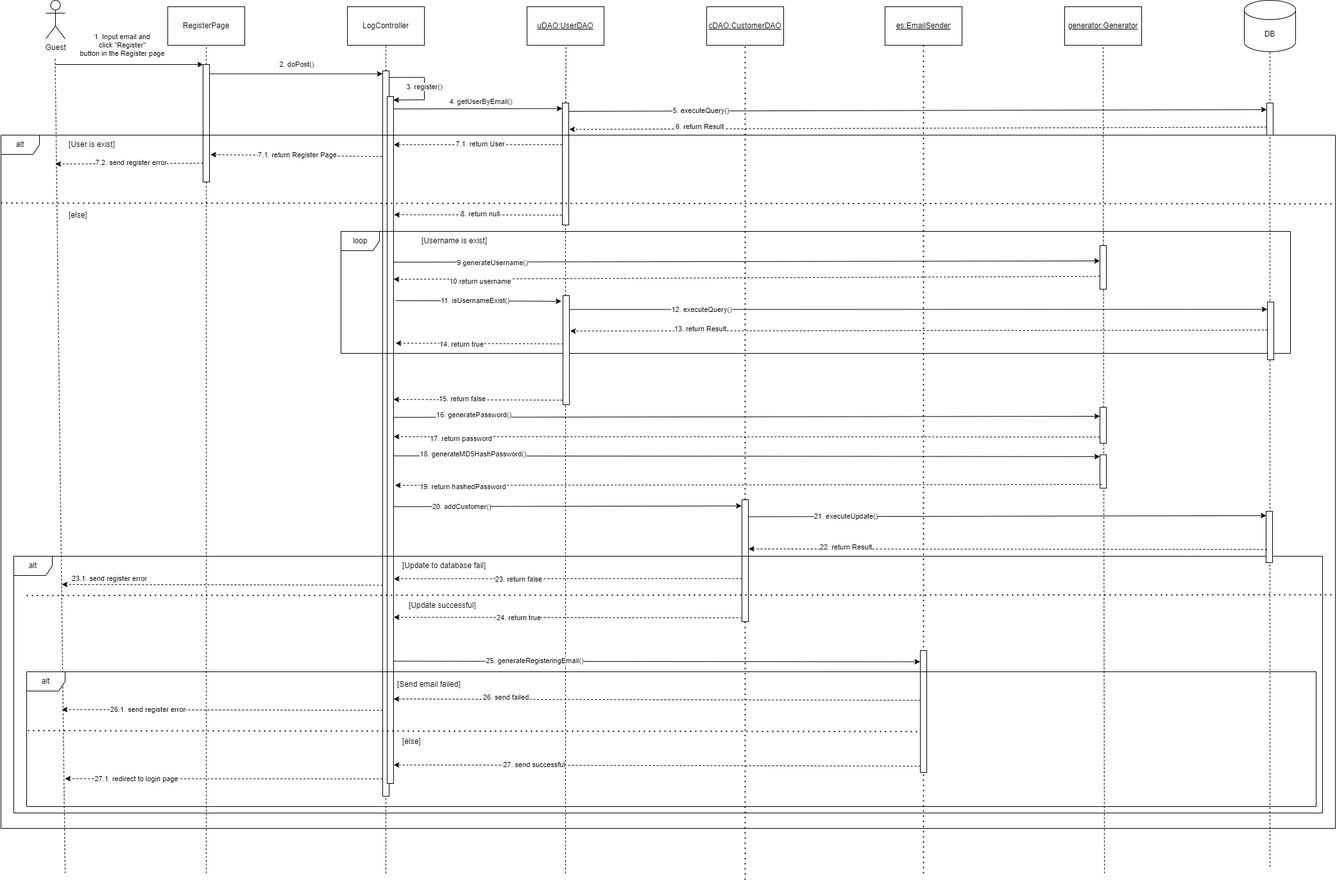
This is document/SDS/8.Function_Register/Sequence_Diagram/Register_Sequence_Diagram.drawio.png from QuocZuong/perfume-store, a draw.io export, as it was before one commit. Source tidied: cells renumbered, new cells last; positions are measured from the earlier drawing's top-left corner, leaving out a move shared by most shapes.
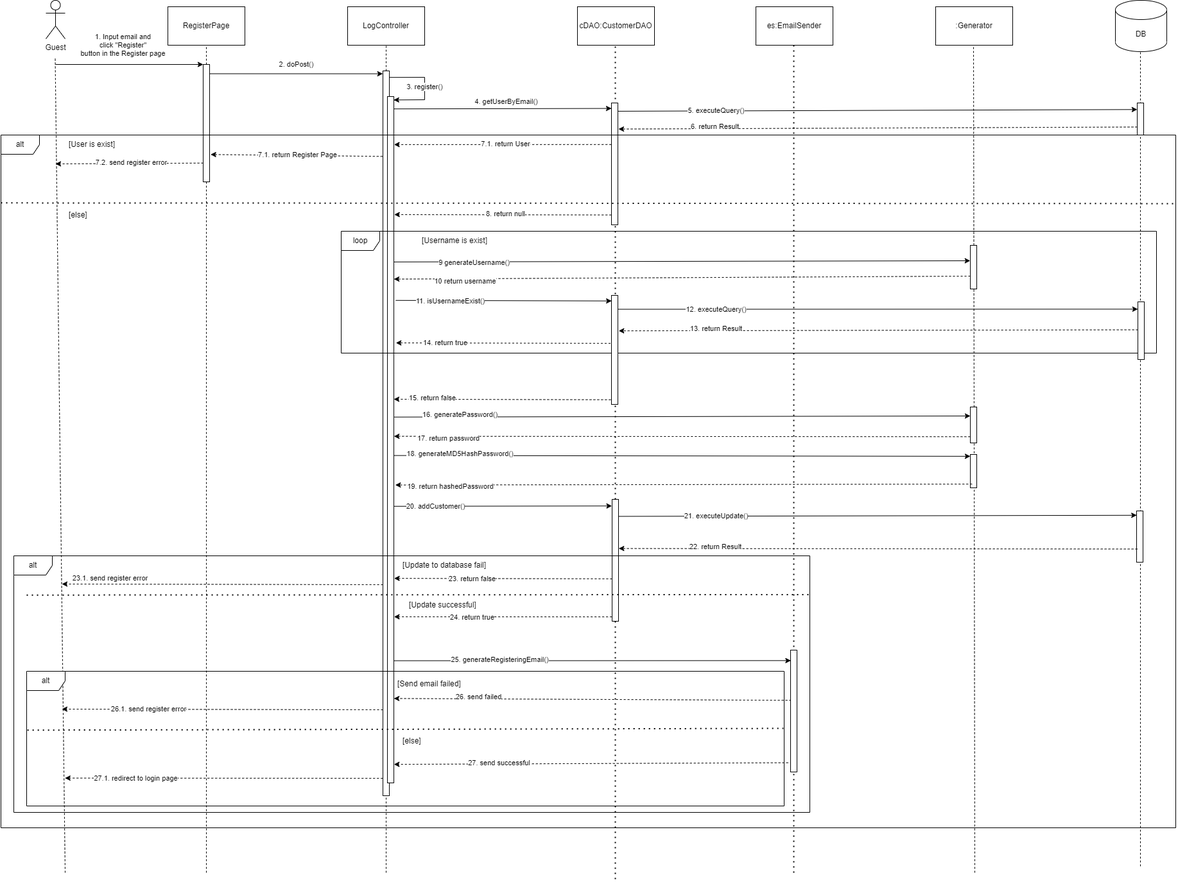
After the change.

Change to the diagram source:
```diff
@@ -4,5 +4,6 @@
     <mxCell id="1" parent="0" />
-    <mxCell id="2" style="endArrow=none;dashed=1;html=1;dashPattern=1 3;strokeWidth=2;rounded=0;entryX=0.5;entryY=1;entryDx=0;entryDy=0;" parent="1" edge="1" target="54">
+    <mxCell id="2" style="endArrow=none;dashed=1;html=1;dashPattern=1 3;strokeWidth=2;rounded=0;entryX=0.5;entryY=1;entryDx=0;entryDy=0;" parent="1" edge="1">
       <mxGeometry relative="1" as="geometry">
-        <mxPoint x="1160" y="1370" as="sourcePoint" />
+        <mxPoint x="957" y="1370" as="sourcePoint" />
+        <mxPoint x="957" y="70" as="targetPoint" />
       </mxGeometry>
@@ -24,7 +25,4 @@
     </mxCell>
-    <mxCell id="7" value="&lt;u&gt;uDAO:UserDAO&lt;/u&gt;" style="rounded=0;whiteSpace=wrap;html=1;" parent="1" vertex="1">
-      <mxGeometry x="820" y="10" width="120" height="60" as="geometry" />
-    </mxCell>
     <mxCell id="8" value="DB" style="shape=cylinder3;whiteSpace=wrap;html=1;boundedLbl=1;backgroundOutline=1;size=15;" parent="1" vertex="1">
-      <mxGeometry x="1938" width="80" height="80" as="geometry" />
+      <mxGeometry x="1736" width="80" height="80" as="geometry" />
     </mxCell>
@@ -36,8 +34,6 @@
     </mxCell>
-    <mxCell id="11" style="endArrow=none;dashed=1;html=1;rounded=0;entryX=0.506;entryY=1.054;entryDx=0;entryDy=0;entryPerimeter=0;" parent="1" edge="1" source="22" target="7">
-      <mxGeometry relative="1" as="geometry" />
-    </mxCell>
-    <mxCell id="12" style="endArrow=none;dashed=1;html=1;rounded=0;entryX=0.5;entryY=1;entryDx=0;entryDy=0;entryPerimeter=0;" parent="1" edge="1" target="8">
+    <mxCell id="12" style="endArrow=none;dashed=1;html=1;rounded=0;entryX=0.5;entryY=1;entryDx=0;entryDy=0;entryPerimeter=0;" parent="1" edge="1">
       <mxGeometry relative="1" as="geometry">
-        <mxPoint x="1978" y="1350" as="sourcePoint" />
+        <mxPoint x="1775" y="1350" as="sourcePoint" />
+        <mxPoint x="1775" y="80" as="targetPoint" />
       </mxGeometry>
@@ -79,9 +75,4 @@
     </mxCell>
-    <mxCell id="21" style="endArrow=none;dashed=1;html=1;rounded=0;entryX=0.5;entryY=1;entryDx=0;entryDy=0;" parent="1" edge="1" target="22">
-      <mxGeometry relative="1" as="geometry">
-        <mxPoint x="880" y="1360" as="sourcePoint" />
-      </mxGeometry>
-    </mxCell>
     <mxCell id="22" style="rounded=0;whiteSpace=wrap;html=1;" parent="1" vertex="1">
-      <mxGeometry x="875" y="160" width="10" height="190" as="geometry" />
+      <mxGeometry x="951" y="160" width="10" height="190" as="geometry" />
     </mxCell>
@@ -93,12 +84,10 @@
     </mxCell>
-    <mxCell id="25" value="6. return Result" style="endArrow=classic;html=1;rounded=0;dashed=1;exitX=0;exitY=0.75;exitDx=0;exitDy=0;" parent="1" edge="1" source="27">
-      <mxGeometry x="0.62" y="-3" relative="1" as="geometry">
-        <mxPoint x="885.9" y="201" as="targetPoint" />
-      </mxGeometry>
+    <mxCell id="25" value="6. return Result" style="endArrow=classic;html=1;rounded=0;dashed=1;exitX=0;exitY=0.75;exitDx=0;exitDy=0;entryX=1.1;entryY=0.214;entryDx=0;entryDy=0;entryPerimeter=0;" parent="1" edge="1" source="27" target="22">
+      <mxGeometry x="0.62" y="-3" relative="1" as="geometry" />
     </mxCell>
-    <mxCell id="26" value="&lt;u&gt;es:EmailSender&lt;/u&gt;" style="rounded=0;whiteSpace=wrap;html=1;" parent="1" vertex="1">
-      <mxGeometry x="1378" y="10" width="120" height="60" as="geometry" />
+    <mxCell id="26" value="es:EmailSender" style="rounded=0;whiteSpace=wrap;html=1;" parent="1" vertex="1">
+      <mxGeometry x="1176" y="10" width="120" height="60" as="geometry" />
     </mxCell>
     <mxCell id="27" style="rounded=0;whiteSpace=wrap;html=1;" parent="1" vertex="1">
-      <mxGeometry x="1973" y="160" width="10" height="50" as="geometry" />
+      <mxGeometry x="1770" y="160" width="10" height="50" as="geometry" />
     </mxCell>
@@ -118,8 +107,9 @@
     </mxCell>
-    <mxCell id="32" value="&lt;u&gt;generator:Generator&lt;/u&gt;" style="rounded=0;whiteSpace=wrap;html=1;" parent="1" vertex="1">
-      <mxGeometry x="1658" y="10" width="120" height="60" as="geometry" />
+    <mxCell id="32" value=":Generator" style="rounded=0;whiteSpace=wrap;html=1;" parent="1" vertex="1">
+      <mxGeometry x="1456" y="10" width="120" height="60" as="geometry" />
     </mxCell>
-    <mxCell id="33" style="endArrow=none;dashed=1;html=1;rounded=0;entryX=0.5;entryY=1;entryDx=0;entryDy=0;" parent="1" edge="1" target="32">
+    <mxCell id="33" style="endArrow=none;dashed=1;html=1;rounded=0;entryX=0.5;entryY=1;entryDx=0;entryDy=0;" parent="1" edge="1">
       <mxGeometry relative="1" as="geometry">
-        <mxPoint x="1720" y="1360" as="sourcePoint" />
+        <mxPoint x="1517" y="1360" as="sourcePoint" />
+        <mxPoint x="1515" y="70" as="targetPoint" />
       </mxGeometry>
@@ -127,7 +117,7 @@
     <mxCell id="34" style="rounded=0;whiteSpace=wrap;html=1;" parent="1" vertex="1">
-      <mxGeometry x="1713" y="382" width="10" height="68" as="geometry" />
+      <mxGeometry x="1510" y="382" width="10" height="68" as="geometry" />
     </mxCell>
-    <mxCell id="35" value="10 return username" style="endArrow=classic;html=1;rounded=0;dashed=1;exitX=-0.024;exitY=0.705;exitDx=0;exitDy=0;exitPerimeter=0;entryX=1.013;entryY=0.266;entryDx=0;entryDy=0;entryPerimeter=0;" parent="1" edge="1" target="19">
+    <mxCell id="35" value="10 return username" style="endArrow=classic;html=1;rounded=0;dashed=1;entryX=1.013;entryY=0.266;entryDx=0;entryDy=0;entryPerimeter=0;" parent="1" edge="1" target="19">
       <mxGeometry x="0.76" y="4" relative="1" as="geometry">
-        <mxPoint x="1712.8" y="429.9" as="sourcePoint" />
+        <mxPoint x="1510" y="430" as="sourcePoint" />
       </mxGeometry>
@@ -137,11 +127,9 @@
     </mxCell>
-    <mxCell id="37" value="11. isUsernameExist()" style="endArrow=classic;html=1;rounded=0;entryX=-0.145;entryY=0.052;entryDx=0;entryDy=0;entryPerimeter=0;exitX=1.091;exitY=0.297;exitDx=0;exitDy=0;exitPerimeter=0;" parent="1" edge="1">
-      <mxGeometry x="-0.04" relative="1" as="geometry">
+    <mxCell id="37" value="11. isUsernameExist()" style="endArrow=classic;html=1;rounded=0;entryX=0.02;entryY=0.051;entryDx=0;entryDy=0;entryPerimeter=0;exitX=1.091;exitY=0.297;exitDx=0;exitDy=0;exitPerimeter=0;" parent="1" edge="1" target="63">
+      <mxGeometry x="-0.5" y="-1" relative="1" as="geometry">
         <mxPoint x="614.9" y="467.8" as="sourcePoint" />
-        <mxPoint x="873.5" y="468.8" as="targetPoint" />
       </mxGeometry>
     </mxCell>
-    <mxCell id="38" value="14. return true" style="endArrow=classic;html=1;rounded=0;dashed=1;exitX=0.043;exitY=0.437;exitDx=0;exitDy=0;exitPerimeter=0;entryX=1.023;entryY=0.358;entryDx=0;entryDy=0;entryPerimeter=0;" parent="1" edge="1">
-      <mxGeometry x="0.21" y="1" relative="1" as="geometry">
-        <mxPoint x="876.4" y="535.3" as="sourcePoint" />
+    <mxCell id="38" value="14. return true" style="endArrow=classic;html=1;rounded=0;dashed=1;exitX=-0.152;exitY=0.44;exitDx=0;exitDy=0;exitPerimeter=0;entryX=1.023;entryY=0.358;entryDx=0;entryDy=0;entryPerimeter=0;" parent="1" edge="1" source="63">
+      <mxGeometry x="0.54" relative="1" as="geometry">
         <mxPoint x="615.2" y="534.1" as="targetPoint" />
@@ -149,12 +137,10 @@
     </mxCell>
-    <mxCell id="39" value="15. return false" style="endArrow=classic;html=1;rounded=0;dashed=1;exitX=-0.075;exitY=0.958;exitDx=0;exitDy=0;exitPerimeter=0;entryX=1.002;entryY=0.441;entryDx=0;entryDy=0;entryPerimeter=0;" parent="1" edge="1" target="19">
-      <mxGeometry x="0.19" y="-1" relative="1" as="geometry">
-        <mxPoint x="875.2" y="622.9" as="sourcePoint" />
-      </mxGeometry>
+    <mxCell id="39" value="15. return false" style="endArrow=classic;html=1;rounded=0;dashed=1;exitX=-0.109;exitY=0.957;exitDx=0;exitDy=0;exitPerimeter=0;entryX=1.002;entryY=0.441;entryDx=0;entryDy=0;entryPerimeter=0;" parent="1" edge="1" source="63" target="19">
+      <mxGeometry x="0.64" y="-2" relative="1" as="geometry" />
     </mxCell>
     <mxCell id="40" value="loop" style="shape=umlFrame;whiteSpace=wrap;html=1;" parent="1" vertex="1">
-      <mxGeometry x="530" y="360" width="1480" height="190" as="geometry" />
+      <mxGeometry x="530" y="360" width="1270" height="190" as="geometry" />
     </mxCell>
     <mxCell id="41" style="rounded=0;whiteSpace=wrap;html=1;" parent="1" vertex="1">
-      <mxGeometry x="1974" y="470" width="10" height="90" as="geometry" />
+      <mxGeometry x="1771" y="470" width="10" height="90" as="geometry" />
     </mxCell>
@@ -164,3 +150,3 @@
     <mxCell id="43" value="alt" style="shape=umlFrame;whiteSpace=wrap;html=1;" parent="1" vertex="1">
-      <mxGeometry y="210" width="2080" height="1080" as="geometry" />
+      <mxGeometry y="210" width="1830" height="1080" as="geometry" />
     </mxCell>
@@ -179,3 +165,3 @@
     <mxCell id="48" style="rounded=0;whiteSpace=wrap;html=1;" parent="1" vertex="1">
-      <mxGeometry x="1713" y="634" width="10" height="56" as="geometry" />
+      <mxGeometry x="1510" y="634" width="10" height="56" as="geometry" />
     </mxCell>
@@ -184,14 +170,10 @@
     </mxCell>
-    <mxCell id="50" value="25. generateRegisteringEmail()" style="endArrow=classic;html=1;rounded=0;entryX=-0.034;entryY=0.034;entryDx=0;entryDy=0;entryPerimeter=0;exitX=1.037;exitY=0.822;exitDx=0;exitDy=0;exitPerimeter=0;" parent="1" edge="1" source="19">
-      <mxGeometry x="-0.46" y="1" relative="1" as="geometry">
-        <mxPoint x="1432.7" y="1030.5" as="targetPoint" />
-      </mxGeometry>
+    <mxCell id="50" value="25. generateRegisteringEmail()" style="endArrow=classic;html=1;rounded=0;entryX=0.039;entryY=0.086;entryDx=0;entryDy=0;entryPerimeter=0;exitX=1.037;exitY=0.822;exitDx=0;exitDy=0;exitPerimeter=0;" parent="1" edge="1" source="19" target="60">
+      <mxGeometry x="-0.46" y="1" relative="1" as="geometry" />
     </mxCell>
-    <mxCell id="51" value="26. send failed" style="endArrow=classic;html=1;rounded=0;dashed=1;exitX=0;exitY=0.25;exitDx=0;exitDy=0;entryX=1.013;entryY=0.877;entryDx=0;entryDy=0;entryPerimeter=0;" parent="1" edge="1" target="19">
-      <mxGeometry x="0.57" y="-3" relative="1" as="geometry">
-        <mxPoint x="1433" y="1090.5" as="sourcePoint" />
-      </mxGeometry>
+    <mxCell id="51" value="26. send failed" style="endArrow=classic;html=1;rounded=0;dashed=1;exitX=0.109;exitY=0.412;exitDx=0;exitDy=0;entryX=1.013;entryY=0.877;entryDx=0;entryDy=0;entryPerimeter=0;exitPerimeter=0;" parent="1" edge="1" source="60" target="19">
+      <mxGeometry x="0.57" y="-3" relative="1" as="geometry" />
     </mxCell>
     <mxCell id="52" style="rounded=0;whiteSpace=wrap;html=1;" parent="1" vertex="1">
-      <mxGeometry x="1155" y="778" width="10" height="190" as="geometry" />
+      <mxGeometry x="952" y="778" width="10" height="190" as="geometry" />
     </mxCell>
@@ -203,19 +185,16 @@
     </mxCell>
-    <mxCell id="54" value="&lt;u&gt;cDAO:CustomerDAO&lt;/u&gt;" style="rounded=0;whiteSpace=wrap;html=1;" parent="1" vertex="1">
-      <mxGeometry x="1100" y="10" width="120" height="60" as="geometry" />
+    <mxCell id="54" value="cDAO:CustomerDAO" style="rounded=0;whiteSpace=wrap;html=1;" parent="1" vertex="1">
+      <mxGeometry x="898" y="10" width="120" height="60" as="geometry" />
     </mxCell>
-    <mxCell id="55" style="endArrow=none;dashed=1;html=1;dashPattern=1 3;strokeWidth=2;rounded=0;entryX=0.5;entryY=1;entryDx=0;entryDy=0;" parent="1" edge="1" target="26">
+    <mxCell id="55" style="endArrow=none;dashed=1;html=1;dashPattern=1 3;strokeWidth=2;rounded=0;entryX=0.5;entryY=1;entryDx=0;entryDy=0;" parent="1" edge="1">
       <mxGeometry relative="1" as="geometry">
-        <mxPoint x="1438" y="1360" as="sourcePoint" />
+        <mxPoint x="1235" y="1360" as="sourcePoint" />
+        <mxPoint x="1235" y="70" as="targetPoint" />
       </mxGeometry>
     </mxCell>
-    <mxCell id="56" value="20. addCustomer()" style="endArrow=classic;html=1;rounded=0;entryX=-0.056;entryY=0.04;entryDx=0;entryDy=0;entryPerimeter=0;exitX=1.029;exitY=0.597;exitDx=0;exitDy=0;exitPerimeter=0;" parent="1" edge="1" source="19">
-      <mxGeometry x="-0.61" relative="1" as="geometry">
-        <mxPoint x="1154.4" y="787.6" as="targetPoint" />
-      </mxGeometry>
+    <mxCell id="56" value="20. addCustomer()" style="endArrow=classic;html=1;rounded=0;exitX=1.029;exitY=0.597;exitDx=0;exitDy=0;exitPerimeter=0;entryX=-0.039;entryY=0.054;entryDx=0;entryDy=0;entryPerimeter=0;" parent="1" edge="1" source="19" target="52">
+      <mxGeometry x="-0.61" relative="1" as="geometry" />
     </mxCell>
-    <mxCell id="57" value="23. return false" style="endArrow=classic;html=1;rounded=0;dashed=1;exitX=0.011;exitY=0.263;exitDx=0;exitDy=0;exitPerimeter=0;entryX=1.053;entryY=0.702;entryDx=0;entryDy=0;entryPerimeter=0;" parent="1" edge="1" target="19">
-      <mxGeometry x="0.28" y="1" relative="1" as="geometry">
-        <mxPoint x="1155.1" y="901" as="sourcePoint" />
-      </mxGeometry>
+    <mxCell id="57" value="23. return false" style="endArrow=classic;html=1;rounded=0;dashed=1;entryX=1.053;entryY=0.702;entryDx=0;entryDy=0;entryPerimeter=0;exitX=-0.008;exitY=0.652;exitDx=0;exitDy=0;exitPerimeter=0;" parent="1" edge="1" source="52" target="19">
+      <mxGeometry x="0.28" y="1" relative="1" as="geometry" />
     </mxCell>
@@ -227,14 +206,10 @@
     </mxCell>
-    <mxCell id="59" value="24. return true" style="endArrow=classic;html=1;rounded=0;dashed=1;exitX=0.01;exitY=0.958;exitDx=0;exitDy=0;exitPerimeter=0;entryX=1.037;entryY=0.758;entryDx=0;entryDy=0;entryPerimeter=0;" parent="1" edge="1" target="19">
-      <mxGeometry x="0.28" y="1" relative="1" as="geometry">
-        <mxPoint x="1155.1" y="962" as="sourcePoint" />
-      </mxGeometry>
+    <mxCell id="59" value="24. return true" style="endArrow=classic;html=1;rounded=0;dashed=1;entryX=1.037;entryY=0.758;entryDx=0;entryDy=0;entryPerimeter=0;exitX=-0.035;exitY=0.964;exitDx=0;exitDy=0;exitPerimeter=0;" parent="1" edge="1" source="52" target="19">
+      <mxGeometry x="0.28" y="1" relative="1" as="geometry" />
     </mxCell>
     <mxCell id="60" style="rounded=0;whiteSpace=wrap;html=1;" parent="1" vertex="1">
-      <mxGeometry x="1433" y="1013" width="10" height="190" as="geometry" />
+      <mxGeometry x="1230" y="1013" width="10" height="190" as="geometry" />
     </mxCell>
-    <mxCell id="61" value="27. send successful" style="endArrow=classic;html=1;rounded=0;dashed=1;exitX=0;exitY=0.25;exitDx=0;exitDy=0;entryX=1.025;entryY=0.973;entryDx=0;entryDy=0;entryPerimeter=0;" parent="1" edge="1" target="19">
-      <mxGeometry x="0.47" y="-1" relative="1" as="geometry">
-        <mxPoint x="1433" y="1193" as="sourcePoint" />
-      </mxGeometry>
+    <mxCell id="61" value="27. send successful" style="endArrow=classic;html=1;rounded=0;dashed=1;exitX=-0.378;exitY=0.924;exitDx=0;exitDy=0;entryX=1.025;entryY=0.973;entryDx=0;entryDy=0;entryPerimeter=0;exitPerimeter=0;" parent="1" edge="1" source="60" target="19">
+      <mxGeometry x="0.47" y="-1" relative="1" as="geometry" />
     </mxCell>
@@ -246,3 +221,3 @@
     <mxCell id="63" style="rounded=0;whiteSpace=wrap;html=1;" parent="1" vertex="1">
-      <mxGeometry x="876" y="460" width="10" height="170" as="geometry" />
+      <mxGeometry x="951" y="460" width="10" height="170" as="geometry" />
     </mxCell>
@@ -255,3 +230,3 @@
     <mxCell id="66" value="alt" style="shape=umlFrame;whiteSpace=wrap;html=1;" parent="1" vertex="1">
-      <mxGeometry x="20" y="866" width="2040" height="400" as="geometry" />
+      <mxGeometry x="20" y="866" width="1240" height="400" as="geometry" />
     </mxCell>
@@ -260,6 +235,5 @@
     </mxCell>
-    <mxCell id="68" style="endArrow=none;dashed=1;html=1;dashPattern=1 3;strokeWidth=2;rounded=0;exitX=0.002;exitY=0.234;exitDx=0;exitDy=0;exitPerimeter=0;entryX=1.002;entryY=0.231;entryDx=0;entryDy=0;entryPerimeter=0;" parent="1" edge="1">
+    <mxCell id="68" style="endArrow=none;dashed=1;html=1;dashPattern=1 3;strokeWidth=2;rounded=0;exitX=0.002;exitY=0.234;exitDx=0;exitDy=0;exitPerimeter=0;entryX=1.001;entryY=0.151;entryDx=0;entryDy=0;entryPerimeter=0;" parent="1" edge="1" target="66">
       <mxGeometry relative="1" as="geometry">
         <mxPoint x="40" y="927.2" as="sourcePoint" />
-        <mxPoint x="2080" y="926" as="targetPoint" />
       </mxGeometry>
@@ -273,3 +247,3 @@
     <mxCell id="70" value="alt" style="shape=umlFrame;whiteSpace=wrap;html=1;" parent="1" vertex="1">
-      <mxGeometry x="40" y="1046" width="2010" height="210" as="geometry" />
+      <mxGeometry x="40" y="1046" width="1180" height="210" as="geometry" />
     </mxCell>
@@ -284,6 +258,4 @@
     </mxCell>
-    <mxCell id="74" style="endArrow=none;dashed=1;html=1;dashPattern=1 3;strokeWidth=2;rounded=0;exitX=0.001;exitY=0.437;exitDx=0;exitDy=0;exitPerimeter=0;entryX=-0.38;entryY=0.606;entryDx=0;entryDy=0;entryPerimeter=0;" parent="1" edge="1" source="70">
-      <mxGeometry relative="1" as="geometry">
-        <mxPoint x="1429.2" y="1139.1" as="targetPoint" />
-      </mxGeometry>
+    <mxCell id="74" style="endArrow=none;dashed=1;html=1;dashPattern=1 3;strokeWidth=2;rounded=0;exitX=0.001;exitY=0.437;exitDx=0;exitDy=0;exitPerimeter=0;entryX=0.999;entryY=0.424;entryDx=0;entryDy=0;entryPerimeter=0;" parent="1" edge="1" source="70" target="70">
+      <mxGeometry relative="1" as="geometry" />
     </mxCell>
@@ -291,4 +263,4 @@
       <mxGeometry x="-0.62" relative="1" as="geometry">
-        <mxPoint x="1165" y="804.5" as="sourcePoint" />
-        <mxPoint x="1972.2" y="802.8" as="targetPoint" />
+        <mxPoint x="962" y="804.5" as="sourcePoint" />
+        <mxPoint x="1769.2" y="802.8" as="targetPoint" />
       </mxGeometry>
@@ -296,3 +268,3 @@
     <mxCell id="76" style="rounded=0;whiteSpace=wrap;html=1;" parent="1" vertex="1">
-      <mxGeometry x="1972" y="796" width="10" height="80" as="geometry" />
+      <mxGeometry x="1769" y="796" width="10" height="80" as="geometry" />
     </mxCell>
@@ -300,4 +272,4 @@
       <mxGeometry x="0.62" y="-3" relative="1" as="geometry">
-        <mxPoint x="1973.2" y="855.4" as="sourcePoint" />
-        <mxPoint x="1165.4" y="854.6" as="targetPoint" />
+        <mxPoint x="1770.2" y="855.4" as="sourcePoint" />
+        <mxPoint x="962.4" y="854.6" as="targetPoint" />
       </mxGeometry>
@@ -305,3 +277,3 @@
     <mxCell id="78" style="rounded=0;whiteSpace=wrap;html=1;" parent="1" vertex="1">
-      <mxGeometry x="1713" y="708" width="10" height="52" as="geometry" />
+      <mxGeometry x="1510" y="708" width="10" height="52" as="geometry" />
     </mxCell>
```
